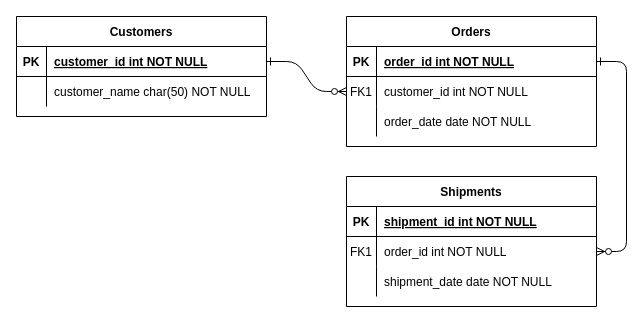
The draw.io diagram Untitled Diagram.drawio in tuguldurchimeg/railsapp, before the edit. Source tidied: cells renumbered, new cells numbered last; positions are measured from the earlier drawing's top-left corner, leaving out a move shared by most shapes. Both pictures are drawn from the tidied source at 100%, with x=0, y=0 at pixel (16, 16).
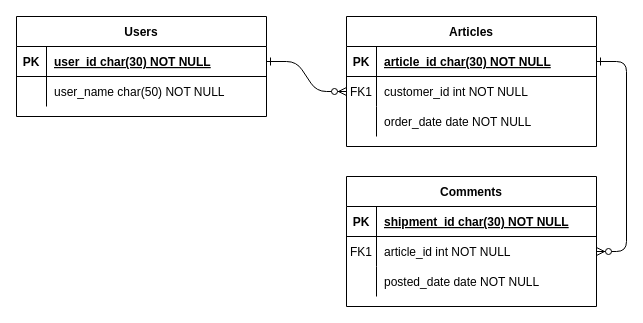
Above is the later version.

The change refers to these unchanged cells:
```xml
<mxCell id="5" style="shape=partialRectangle;fillColor=none;points=[[0,0.5],[1,0.5]];portConstraint=eastwest;top=0;left=0;right=0;bottom=1;" parent="4" vertex="1">
  <mxGeometry y="30" width="250" height="30" as="geometry" />
</mxCell>
<mxCell id="15" style="shape=partialRectangle;fillColor=none;top=0;left=0;right=0;bottom=1;" parent="14" vertex="1">
  <mxGeometry y="30" width="250" height="30" as="geometry" />
</mxCell>
<mxCell id="18" style="shape=partialRectangle;fillColor=none;points=[[0,0.5],[1,0.5]];portConstraint=eastwest;top=0;left=0;right=0;bottom=0;" parent="14" vertex="1">
  <mxGeometry y="60" width="250" height="30" as="geometry" />
</mxCell>
<mxCell id="21" style="shape=partialRectangle;fillColor=none;top=0;left=0;right=0;bottom=0;" parent="14" vertex="1">
  <mxGeometry y="90" width="250" height="30" as="geometry" />
</mxCell>
<mxCell id="25" style="shape=partialRectangle;fillColor=none;points=[[0,0.5],[1,0.5]];portConstraint=eastwest;top=0;left=0;right=0;bottom=1;" parent="24" vertex="1">
  <mxGeometry y="30" width="250" height="30" as="geometry" />
</mxCell>
<mxCell id="28" style="shape=partialRectangle;fillColor=none;top=0;left=0;right=0;bottom=0;" parent="24" vertex="1">
  <mxGeometry y="60" width="250" height="30" as="geometry" />
</mxCell>
```

Diff of the diagram source:
```diff
@@
-    <mxCell id="4" value="Orders" style="shape=table;startSize=30;childLayout=tableLayout;rowLines=0;fontStyle=1;align=center;" parent="1" vertex="1">
+    <mxCell id="4" value="Articles" style="shape=table;startSize=30;childLayout=tableLayout;rowLines=0;fontStyle=1;align=center;" parent="1" vertex="1">
       <mxGeometry x="330" width="250" height="130" as="geometry" />
     </mxCell>
@@
-    <mxCell id="7" value="order_id int NOT NULL " style="shape=partialRectangle;overflow=hidden;fillColor=none;top=0;left=0;bottom=0;right=0;align=left;spacingLeft=6;fontStyle=5;" parent="5" vertex="1">
+    <mxCell id="7" value="article_id char(30) NOT NULL " style="shape=partialRectangle;overflow=hidden;fillColor=none;top=0;left=0;bottom=0;right=0;align=left;spacingLeft=6;fontStyle=5;" parent="5" vertex="1">
       <mxGeometry x="30" width="220" height="30" as="geometry" />
     </mxCell>
@@
-    <mxCell id="14" value="Shipments" style="shape=table;startSize=30;childLayout=tableLayout;rowLines=0;fontStyle=1;align=center;" parent="1" vertex="1">
+    <mxCell id="14" value="Comments" style="shape=table;startSize=30;childLayout=tableLayout;rowLines=0;fontStyle=1;align=center;" parent="1" vertex="1">
       <mxGeometry x="330" y="160" width="250" height="130" as="geometry" />
     </mxCell>
@@
-    <mxCell id="17" value="shipment_id int NOT NULL " style="shape=partialRectangle;overflow=hidden;fillColor=none;top=0;left=0;bottom=0;right=0;align=left;spacingLeft=6;fontStyle=5;" parent="15" vertex="1">
+    <mxCell id="17" value="shipment_id char(30) NOT NULL " style="shape=partialRectangle;overflow=hidden;fillColor=none;top=0;left=0;bottom=0;right=0;align=left;spacingLeft=6;fontStyle=5;" parent="15" vertex="1">
       <mxGeometry x="30" width="220" height="30" as="geometry" />
     </mxCell>
@@
-    <mxCell id="20" value="order_id int NOT NULL" style="shape=partialRectangle;overflow=hidden;fillColor=none;top=0;left=0;bottom=0;right=0;align=left;spacingLeft=6;" parent="18" vertex="1">
+    <mxCell id="20" value="article_id int NOT NULL" style="shape=partialRectangle;overflow=hidden;fillColor=none;top=0;left=0;bottom=0;right=0;align=left;spacingLeft=6;" parent="18" vertex="1">
       <mxGeometry x="30" width="220" height="30" as="geometry" />
     </mxCell>
@@
-    <mxCell id="23" value="shipment_date date NOT NULL" style="shape=partialRectangle;overflow=hidden;fillColor=none;top=0;left=0;bottom=0;right=0;align=left;spacingLeft=6;" parent="21" vertex="1">
+    <mxCell id="23" value="posted_date date NOT NULL" style="shape=partialRectangle;overflow=hidden;fillColor=none;top=0;left=0;bottom=0;right=0;align=left;spacingLeft=6;" parent="21" vertex="1">
       <mxGeometry x="30" width="220" height="30" as="geometry" />
     </mxCell>
-    <mxCell id="24" value="Customers" style="shape=table;startSize=30;childLayout=tableLayout;rowLines=0;fontStyle=1;align=center;" parent="1" vertex="1">
+    <mxCell id="24" value="Users" style="shape=table;startSize=30;childLayout=tableLayout;rowLines=0;fontStyle=1;align=center;" parent="1" vertex="1">
       <mxGeometry width="250" height="100" as="geometry" />
     </mxCell>
@@
-    <mxCell id="27" value="customer_id int NOT NULL " style="shape=partialRectangle;overflow=hidden;fillColor=none;top=0;left=0;bottom=0;right=0;align=left;spacingLeft=6;fontStyle=5;" parent="25" vertex="1">
+    <mxCell id="27" value="user_id char(30) NOT NULL " style="shape=partialRectangle;overflow=hidden;fillColor=none;top=0;left=0;bottom=0;right=0;align=left;spacingLeft=6;fontStyle=5;" parent="25" vertex="1">
       <mxGeometry x="30" width="220" height="30" as="geometry" />
     </mxCell>
@@
-    <mxCell id="30" value="customer_name char(50) NOT NULL" style="shape=partialRectangle;overflow=hidden;fillColor=none;top=0;left=0;bottom=0;right=0;align=left;spacingLeft=6;" parent="28" vertex="1">
+    <mxCell id="30" value="user_name char(50) NOT NULL" style="shape=partialRectangle;overflow=hidden;fillColor=none;top=0;left=0;bottom=0;right=0;align=left;spacingLeft=6;" parent="28" vertex="1">
       <mxGeometry x="30" width="220" height="30" as="geometry" />
     </mxCell>
```
